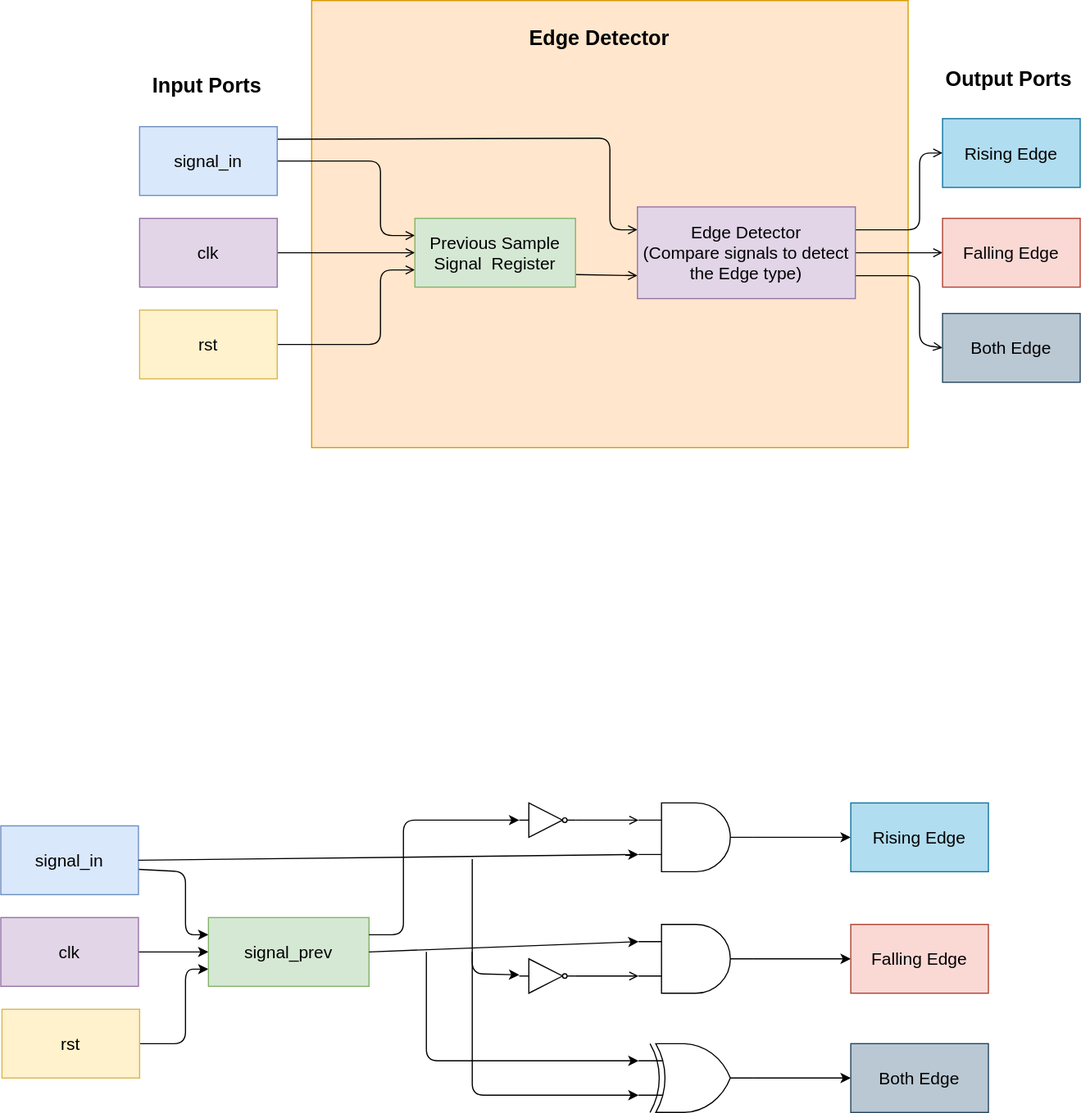
The draw.io diagram document/source/adn_common_edge_detect_des.svg in ADN-VLSI/adn_common, before a commit. Source tidied: cells renumbered, new cells last; positions are measured from the earlier drawing's top-left corner, leaving out a move shared by most shapes.
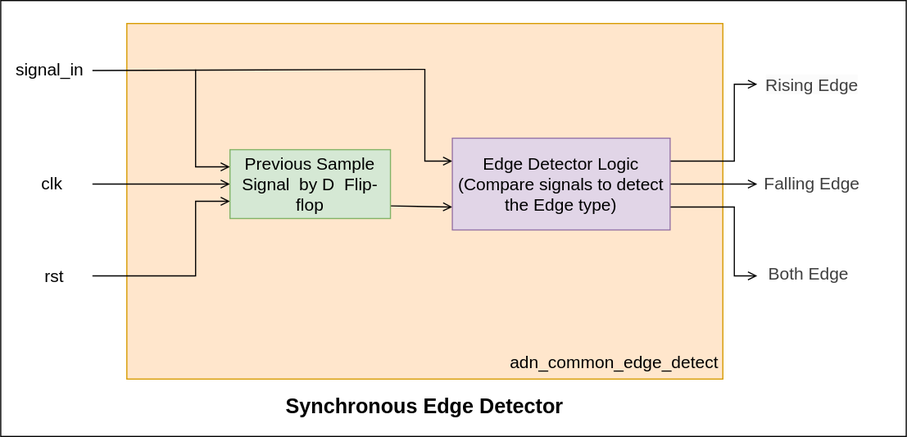
Above is the later version.

Commit message:
Edge_detect_complete

The edit, as a diff of the source:
```diff
@@ -2,35 +2,27 @@
   <root>
     <mxCell id="0" />
     <mxCell id="1" parent="0" />
+    <mxCell id="48" style="rounded=0;whiteSpace=wrap;html=1;" parent="1" vertex="1">
+      <mxGeometry x="161" y="60" width="790" height="380" as="geometry" />
+    </mxCell>
     <mxCell id="2" style="rounded=0;whiteSpace=wrap;html=1;fillColor=#ffe6cc;strokeColor=#d79b00;" parent="1" vertex="1">
-      <mxGeometry x="271" width="520" height="390" as="geometry" />
+      <mxGeometry x="271" y="80" width="520" height="310" as="geometry" />
     </mxCell>
-    <mxCell id="3" style="edgeStyle=none;html=1;entryX=0;entryY=0.5;entryDx=0;entryDy=0;endArrow=open;endFill=0;" parent="1" edge="1" source="4" target="11">
-      <mxGeometry relative="1" as="geometry" />
+    <mxCell id="3" style="edgeStyle=none;html=1;entryX=0;entryY=0.5;entryDx=0;entryDy=0;endArrow=open;endFill=0;" parent="1" edge="1" target="11">
+      <mxGeometry relative="1" as="geometry">
+        <mxPoint x="241" y="220" as="sourcePoint" />
+      </mxGeometry>
     </mxCell>
-    <mxCell id="4" value="&lt;font style=&quot;font-size: 15px;&quot;&gt;clk&lt;/font&gt;" style="rounded=0;whiteSpace=wrap;html=1;fillColor=#e1d5e7;strokeColor=#9673a6;" parent="1" vertex="1">
-      <mxGeometry x="121" y="190" width="120" height="60" as="geometry" />
-    </mxCell>
-    <mxCell id="5" style="edgeStyle=none;html=1;exitX=1;exitY=0.5;exitDx=0;exitDy=0;entryX=0;entryY=0.75;entryDx=0;entryDy=0;endArrow=open;endFill=0;" parent="1" edge="1" source="6" target="11">
+    <mxCell id="5" style="edgeStyle=none;html=1;exitX=1;exitY=0.5;exitDx=0;exitDy=0;entryX=0;entryY=0.75;entryDx=0;entryDy=0;endArrow=open;endFill=0;rounded=0;curved=0;" parent="1" edge="1" target="11">
       <mxGeometry relative="1" as="geometry">
+        <mxPoint x="241" y="300" as="sourcePoint" />
         <Array as="points">
           <mxPoint x="331" y="300" />
           <mxPoint x="331" y="235" />
         </Array>
       </mxGeometry>
     </mxCell>
-    <mxCell id="6" value="&lt;font style=&quot;font-size: 15px;&quot;&gt;rst&lt;/font&gt;" style="rounded=0;whiteSpace=wrap;html=1;fillColor=#fff2cc;strokeColor=#d6b656;" parent="1" vertex="1">
-      <mxGeometry x="121" y="270" width="120" height="60" as="geometry" />
-    </mxCell>
-    <mxCell id="7" style="edgeStyle=none;html=1;exitX=1;exitY=0.5;exitDx=0;exitDy=0;entryX=0;entryY=0.25;entryDx=0;entryDy=0;endArrow=open;endFill=0;" parent="1" edge="1" source="9" target="11">
-      <mxGeometry relative="1" as="geometry">
-        <Array as="points">
-          <mxPoint x="331" y="140" />
-          <mxPoint x="331" y="205" />
-        </Array>
-      </mxGeometry>
-    </mxCell>
-    <mxCell id="8" style="edgeStyle=none;html=1;exitX=1;exitY=0.25;exitDx=0;exitDy=0;entryX=0;entryY=0.25;entryDx=0;entryDy=0;endArrow=open;endFill=0;" parent="1" edge="1" target="15">
+    <mxCell id="8" style="edgeStyle=none;html=1;exitX=1;exitY=0.25;exitDx=0;exitDy=0;entryX=0;entryY=0.25;entryDx=0;entryDy=0;endArrow=open;endFill=0;rounded=0;curved=0;" parent="1" edge="1" target="15">
       <mxGeometry relative="1" as="geometry">
         <mxPoint x="241" y="121" as="sourcePoint" />
         <Array as="points">
@@ -39,166 +31,71 @@
         </Array>
       </mxGeometry>
     </mxCell>
-    <mxCell id="9" value="&lt;font style=&quot;font-size: 15px;&quot;&gt;signal_in&lt;/font&gt;" style="rounded=0;whiteSpace=wrap;html=1;fillColor=#dae8fc;strokeColor=#6c8ebf;" parent="1" vertex="1">
-      <mxGeometry x="121" y="110" width="120" height="60" as="geometry" />
-    </mxCell>
     <mxCell id="10" style="edgeStyle=none;html=1;exitX=1;exitY=0.75;exitDx=0;exitDy=0;entryX=0;entryY=0.75;entryDx=0;entryDy=0;endArrow=open;endFill=0;" parent="1" edge="1" target="15">
       <mxGeometry relative="1" as="geometry">
         <mxPoint x="501" y="239" as="sourcePoint" />
       </mxGeometry>
     </mxCell>
+    <mxCell id="49" style="edgeStyle=none;html=1;exitX=0;exitY=0.25;exitDx=0;exitDy=0;rounded=0;curved=0;entryX=0;entryY=0.25;entryDx=0;entryDy=0;endArrow=open;endFill=0;" parent="1" edge="1" target="11">
+      <mxGeometry relative="1" as="geometry">
+        <mxPoint x="331" y="120" as="sourcePoint" />
+        <Array as="points">
+          <mxPoint x="331" y="205" />
+        </Array>
+      </mxGeometry>
+    </mxCell>
-    <mxCell id="11" value="&lt;font style=&quot;font-size: 15px;&quot;&gt;Previous Sample Signal&amp;nbsp; Register&lt;/font&gt;" style="rounded=0;whiteSpace=wrap;html=1;fillColor=#d5e8d4;strokeColor=#82b366;" parent="1" vertex="1">
+    <mxCell id="11" value="&lt;font style=&quot;font-size: 15px;&quot;&gt;Previous Sample Signal&amp;nbsp; by D&amp;nbsp; Flip-flop&lt;/font&gt;" style="rounded=0;whiteSpace=wrap;html=1;fillColor=#d5e8d4;strokeColor=#82b366;" parent="1" vertex="1">
       <mxGeometry x="361" y="190" width="140" height="60" as="geometry" />
     </mxCell>
-    <mxCell id="12" style="edgeStyle=none;html=1;exitX=1;exitY=0.25;exitDx=0;exitDy=0;entryX=0;entryY=0.5;entryDx=0;entryDy=0;endArrow=open;endFill=0;" parent="1" edge="1" source="15" target="16">
+    <mxCell id="12" style="edgeStyle=none;html=1;exitX=1;exitY=0.25;exitDx=0;exitDy=0;entryX=0;entryY=0.5;entryDx=0;entryDy=0;endArrow=open;endFill=0;rounded=0;curved=0;" parent="1" edge="1" source="15">
       <mxGeometry relative="1" as="geometry">
+        <mxPoint x="821" y="133" as="targetPoint" />
         <Array as="points">
           <mxPoint x="801" y="200" />
           <mxPoint x="801" y="133" />
         </Array>
       </mxGeometry>
     </mxCell>
-    <mxCell id="13" style="edgeStyle=none;html=1;exitX=1;exitY=0.5;exitDx=0;exitDy=0;entryX=0;entryY=0.5;entryDx=0;entryDy=0;endArrow=open;endFill=0;" parent="1" edge="1" source="15" target="17">
-      <mxGeometry relative="1" as="geometry" />
+    <mxCell id="13" style="edgeStyle=none;html=1;exitX=1;exitY=0.5;exitDx=0;exitDy=0;entryX=0;entryY=0.5;entryDx=0;entryDy=0;endArrow=open;endFill=0;" parent="1" edge="1" source="15">
+      <mxGeometry relative="1" as="geometry">
+        <mxPoint x="821" y="220" as="targetPoint" />
+      </mxGeometry>
     </mxCell>
-    <mxCell id="14" style="edgeStyle=none;html=1;exitX=1;exitY=0.75;exitDx=0;exitDy=0;entryX=0;entryY=0.5;entryDx=0;entryDy=0;endArrow=open;endFill=0;" parent="1" edge="1" source="15" target="18">
+    <mxCell id="14" style="edgeStyle=none;html=1;exitX=1;exitY=0.75;exitDx=0;exitDy=0;entryX=0;entryY=0.5;entryDx=0;entryDy=0;endArrow=open;endFill=0;rounded=0;curved=0;" parent="1" edge="1" source="15">
       <mxGeometry relative="1" as="geometry">
+        <mxPoint x="821" y="300" as="targetPoint" />
         <Array as="points">
           <mxPoint x="801" y="240" />
           <mxPoint x="801" y="300" />
         </Array>
       </mxGeometry>
     </mxCell>
-    <mxCell id="15" value="&lt;font style=&quot;font-size: 15px;&quot;&gt;Edge Detector&lt;/font&gt;&lt;div&gt;&lt;span style=&quot;font-size: 15px;&quot;&gt;(Compare signals to detect the Edge type)&lt;/span&gt;&lt;/div&gt;" style="rounded=0;whiteSpace=wrap;html=1;fillColor=#e1d5e7;strokeColor=#9673a6;" parent="1" vertex="1">
+    <mxCell id="15" value="&lt;font style=&quot;font-size: 15px;&quot;&gt;Edge Detector Logic&lt;/font&gt;&lt;div&gt;&lt;span style=&quot;font-size: 15px;&quot;&gt;(Compare signals to detect the Edge type)&lt;/span&gt;&lt;/div&gt;" style="rounded=0;whiteSpace=wrap;html=1;fillColor=#e1d5e7;strokeColor=#9673a6;" parent="1" vertex="1">
       <mxGeometry x="555" y="180" width="190" height="80" as="geometry" />
     </mxCell>
-    <mxCell id="16" value="&lt;font style=&quot;font-size: 15px;&quot;&gt;Rising Edge&lt;/font&gt;" style="rounded=0;whiteSpace=wrap;html=1;fillColor=#b1ddf0;strokeColor=#10739e;" parent="1" vertex="1">
-      <mxGeometry x="821" y="103" width="120" height="60" as="geometry" />
-    </mxCell>
-    <mxCell id="17" value="&lt;font style=&quot;font-size: 15px;&quot;&gt;Falling Edge&lt;/font&gt;" style="rounded=0;whiteSpace=wrap;html=1;fillColor=#fad9d5;strokeColor=#ae4132;" parent="1" vertex="1">
-      <mxGeometry x="821" y="190" width="120" height="60" as="geometry" />
-    </mxCell>
-    <mxCell id="18" value="&lt;font style=&quot;font-size: 15px;&quot;&gt;Both Edge&lt;/font&gt;" style="rounded=0;whiteSpace=wrap;html=1;fillColor=#bac8d3;strokeColor=#23445d;" parent="1" vertex="1">
-      <mxGeometry x="821" y="273" width="120" height="60" as="geometry" />
-    </mxCell>
-    <mxCell id="19" value="&lt;font style=&quot;font-size: 18px;&quot;&gt;&lt;b style=&quot;&quot;&gt;Edge Detector&lt;/b&gt;&lt;/font&gt;" style="text;html=1;align=center;verticalAlign=middle;whiteSpace=wrap;rounded=0;" parent="1" vertex="1">
-      <mxGeometry x="412" y="18" width="220" height="30" as="geometry" />
+    <mxCell id="19" value="&lt;font style=&quot;font-size: 18px;&quot;&gt;&lt;b style=&quot;&quot;&gt;Synchronous Edge Detector&lt;/b&gt;&lt;/font&gt;" style="text;html=1;align=center;verticalAlign=middle;whiteSpace=wrap;rounded=0;" parent="1" vertex="1">
+      <mxGeometry x="396" y="399" width="270" height="30" as="geometry" />
     </mxCell>
-    <mxCell id="20" value="&lt;font style=&quot;font-size: 18px;&quot;&gt;Input Ports&lt;/font&gt;" style="text;html=1;align=center;verticalAlign=middle;whiteSpace=wrap;rounded=0;fontStyle=1;" parent="1" vertex="1">
-      <mxGeometry x="120" y="60" width="120" height="30" as="geometry" />
-    </mxCell>
-    <mxCell id="21" value="&lt;font style=&quot;font-size: 18px;&quot;&gt;Output Ports&lt;/font&gt;" style="text;html=1;align=center;verticalAlign=middle;whiteSpace=wrap;rounded=0;fontStyle=1;" parent="1" vertex="1">
-      <mxGeometry x="819" y="54" width="120" height="30" as="geometry" />
-    </mxCell>
-    <mxCell id="22" style="edgeStyle=none;html=1;exitX=1;exitY=0.5;exitDx=0;exitDy=0;exitPerimeter=0;entryX=0;entryY=0.5;entryDx=0;entryDy=0;" parent="1" edge="1" source="23" target="33">
-      <mxGeometry relative="1" as="geometry" />
-    </mxCell>
-    <mxCell id="23" style="verticalLabelPosition=bottom;shadow=0;dashed=0;align=center;html=1;verticalAlign=top;shape=mxgraph.electrical.logic_gates.logic_gate;operation=and;" parent="1" vertex="1">
-      <mxGeometry x="556" y="806" width="100" height="60" as="geometry" />
-    </mxCell>
-    <mxCell id="24" style="edgeStyle=none;html=1;exitX=1;exitY=0.5;exitDx=0;exitDy=0;exitPerimeter=0;entryX=0;entryY=0.5;entryDx=0;entryDy=0;" parent="1" edge="1" source="25" target="34">
-      <mxGeometry relative="1" as="geometry" />
-    </mxCell>
-    <mxCell id="25" style="verticalLabelPosition=bottom;shadow=0;dashed=0;align=center;html=1;verticalAlign=top;shape=mxgraph.electrical.logic_gates.logic_gate;operation=xor;" parent="1" vertex="1">
-      <mxGeometry x="556" y="910" width="100" height="60" as="geometry" />
-    </mxCell>
-    <mxCell id="26" style="edgeStyle=none;html=1;exitX=1;exitY=0.5;exitDx=0;exitDy=0;exitPerimeter=0;" parent="1" edge="1" source="27" target="28">
-      <mxGeometry relative="1" as="geometry" />
-    </mxCell>
-    <mxCell id="27" style="verticalLabelPosition=bottom;shadow=0;dashed=0;align=center;html=1;verticalAlign=top;shape=mxgraph.electrical.logic_gates.logic_gate;operation=and;" parent="1" vertex="1">
-      <mxGeometry x="556" y="700" width="100" height="60" as="geometry" />
-    </mxCell>
-    <mxCell id="28" value="&lt;font style=&quot;font-size: 15px;&quot;&gt;Rising Edge&lt;/font&gt;" style="rounded=0;whiteSpace=wrap;html=1;fillColor=#b1ddf0;strokeColor=#10739e;" parent="1" vertex="1">
-      <mxGeometry x="741" y="700" width="120" height="60" as="geometry" />
-    </mxCell>
-    <mxCell id="29" style="verticalLabelPosition=bottom;shadow=0;dashed=0;align=center;html=1;verticalAlign=top;shape=mxgraph.electrical.logic_gates.inverter_2;" parent="1" vertex="1">
-      <mxGeometry x="452" y="700" width="49" height="30" as="geometry" />
-    </mxCell>
-    <mxCell id="30" style="verticalLabelPosition=bottom;shadow=0;dashed=0;align=center;html=1;verticalAlign=top;shape=mxgraph.electrical.logic_gates.inverter_2;" parent="1" vertex="1">
-      <mxGeometry x="452" y="836" width="49" height="30" as="geometry" />
-    </mxCell>
-    <mxCell id="31" style="edgeStyle=none;html=1;exitX=1;exitY=0.5;exitDx=0;exitDy=0;exitPerimeter=0;entryX=0;entryY=0.25;entryDx=0;entryDy=0;entryPerimeter=0;endArrow=open;endFill=0;" parent="1" edge="1" source="29" target="27">
-      <mxGeometry relative="1" as="geometry" />
-    </mxCell>
-    <mxCell id="32" style="edgeStyle=none;html=1;exitX=1;exitY=0.5;exitDx=0;exitDy=0;exitPerimeter=0;entryX=0;entryY=0.75;entryDx=0;entryDy=0;entryPerimeter=0;endArrow=open;endFill=0;" parent="1" edge="1" source="30" target="23">
-      <mxGeometry relative="1" as="geometry" />
-    </mxCell>
-    <mxCell id="33" value="&lt;font style=&quot;font-size: 15px;&quot;&gt;Falling Edge&lt;/font&gt;" style="rounded=0;whiteSpace=wrap;html=1;fillColor=#fad9d5;strokeColor=#ae4132;" parent="1" vertex="1">
-      <mxGeometry x="741" y="806" width="120" height="60" as="geometry" />
-    </mxCell>
-    <mxCell id="34" value="&lt;font style=&quot;font-size: 15px;&quot;&gt;Both Edge&lt;/font&gt;" style="rounded=0;whiteSpace=wrap;html=1;fillColor=#bac8d3;strokeColor=#23445d;" parent="1" vertex="1">
-      <mxGeometry x="741" y="910" width="120" height="60" as="geometry" />
-    </mxCell>
-    <mxCell id="35" style="edgeStyle=none;html=1;exitX=1;exitY=0.633;exitDx=0;exitDy=0;entryX=0;entryY=0.25;entryDx=0;entryDy=0;exitPerimeter=0;" parent="1" edge="1" source="36" target="41">
-      <mxGeometry relative="1" as="geometry">
-        <Array as="points">
-          <mxPoint x="161" y="760" />
-          <mxPoint x="161" y="815" />
-        </Array>
-      </mxGeometry>
-    </mxCell>
-    <mxCell id="36" value="&lt;font style=&quot;font-size: 15px;&quot;&gt;signal_in&lt;/font&gt;" style="rounded=0;whiteSpace=wrap;html=1;fillColor=#dae8fc;strokeColor=#6c8ebf;" parent="1" vertex="1">
-      <mxGeometry y="720" width="120" height="60" as="geometry" />
-    </mxCell>
-    <mxCell id="37" style="edgeStyle=none;html=1;exitX=1;exitY=0.5;exitDx=0;exitDy=0;" parent="1" edge="1" source="38" target="41">
-      <mxGeometry relative="1" as="geometry" />
-    </mxCell>
-    <mxCell id="38" value="&lt;font style=&quot;font-size: 15px;&quot;&gt;clk&lt;/font&gt;" style="rounded=0;whiteSpace=wrap;html=1;fillColor=#e1d5e7;strokeColor=#9673a6;" parent="1" vertex="1">
-      <mxGeometry y="800" width="120" height="60" as="geometry" />
-    </mxCell>
-    <mxCell id="39" style="edgeStyle=none;html=1;exitX=1;exitY=0.5;exitDx=0;exitDy=0;entryX=0;entryY=0.75;entryDx=0;entryDy=0;" parent="1" edge="1" source="40" target="41">
-      <mxGeometry relative="1" as="geometry">
-        <Array as="points">
-          <mxPoint x="161" y="910" />
-          <mxPoint x="161" y="845" />
-        </Array>
-      </mxGeometry>
-    </mxCell>
-    <mxCell id="40" value="&lt;font style=&quot;font-size: 15px;&quot;&gt;rst&lt;/font&gt;" style="rounded=0;whiteSpace=wrap;html=1;fillColor=#fff2cc;strokeColor=#d6b656;" parent="1" vertex="1">
-      <mxGeometry x="1" y="880" width="120" height="60" as="geometry" />
-    </mxCell>
-    <mxCell id="41" value="&lt;font style=&quot;font-size: 15px;&quot;&gt;signal_prev&lt;/font&gt;" style="rounded=0;whiteSpace=wrap;html=1;fillColor=#d5e8d4;strokeColor=#82b366;" parent="1" vertex="1">
-      <mxGeometry x="181" y="800" width="140" height="60" as="geometry" />
-    </mxCell>
-    <mxCell id="42" style="edgeStyle=none;html=1;exitX=1;exitY=0.25;exitDx=0;exitDy=0;entryX=0;entryY=0.5;entryDx=0;entryDy=0;entryPerimeter=0;" parent="1" edge="1" source="41" target="29">
-      <mxGeometry relative="1" as="geometry">
-        <Array as="points">
-          <mxPoint x="351" y="815" />
-          <mxPoint x="351" y="715" />
-        </Array>
-      </mxGeometry>
-    </mxCell>
-    <mxCell id="43" style="edgeStyle=none;html=1;exitX=1;exitY=0.5;exitDx=0;exitDy=0;entryX=0;entryY=0.75;entryDx=0;entryDy=0;entryPerimeter=0;" parent="1" edge="1" source="36" target="27">
-      <mxGeometry relative="1" as="geometry" />
-    </mxCell>
-    <mxCell id="44" style="edgeStyle=none;html=1;exitX=1;exitY=0.5;exitDx=0;exitDy=0;entryX=0;entryY=0.25;entryDx=0;entryDy=0;entryPerimeter=0;" parent="1" edge="1" source="41" target="23">
-      <mxGeometry relative="1" as="geometry" />
-    </mxCell>
-    <mxCell id="45" style="endArrow=classic;html=1;entryX=0;entryY=0.5;entryDx=0;entryDy=0;entryPerimeter=0;" parent="1" edge="1">
-      <mxGeometry relative="1" as="geometry">
-        <mxPoint x="411" y="749" as="sourcePoint" />
-        <mxPoint x="452" y="850" as="targetPoint" />
-        <Array as="points">
-          <mxPoint x="411" y="849" />
-        </Array>
-      </mxGeometry>
-    </mxCell>
-    <mxCell id="46" style="endArrow=classic;html=1;entryX=0;entryY=0.25;entryDx=0;entryDy=0;entryPerimeter=0;" parent="1" edge="1">
-      <mxGeometry relative="1" as="geometry">
-        <mxPoint x="411" y="830" as="sourcePoint" />
-        <mxPoint x="556" y="955" as="targetPoint" />
-        <Array as="points">
-          <mxPoint x="411" y="955" />
-        </Array>
-      </mxGeometry>
-    </mxCell>
-    <mxCell id="47" style="endArrow=classic;html=1;entryX=0;entryY=0.25;entryDx=0;entryDy=0;entryPerimeter=0;" parent="1" edge="1" target="25">
-      <mxGeometry relative="1" as="geometry">
-        <mxPoint x="371" y="830" as="sourcePoint" />
-        <Array as="points">
-          <mxPoint x="371" y="925" />
-        </Array>
-      </mxGeometry>
-    </mxCell>
+    <mxCell id="50" value="&lt;font style=&quot;font-size: 15px;&quot;&gt;signal_in&lt;/font&gt;" style="text;html=1;align=center;verticalAlign=middle;whiteSpace=wrap;rounded=0;" parent="1" vertex="1">
+      <mxGeometry x="174" y="105" width="60" height="30" as="geometry" />
+    </mxCell>
+    <mxCell id="51" value="&lt;font style=&quot;font-size: 15px;&quot;&gt;adn_common_edge_detect&lt;/font&gt;" style="text;html=1;align=center;verticalAlign=middle;whiteSpace=wrap;rounded=0;" parent="1" vertex="1">
+      <mxGeometry x="602" y="360" width="189" height="30" as="geometry" />
+    </mxCell>
+    <mxCell id="52" value="&lt;font style=&quot;font-size: 15px;&quot;&gt;clk&lt;/font&gt;" style="text;html=1;align=center;verticalAlign=middle;whiteSpace=wrap;rounded=0;" parent="1" vertex="1">
+      <mxGeometry x="176" y="204" width="60" height="30" as="geometry" />
+    </mxCell>
+    <mxCell id="53" value="&lt;font style=&quot;font-size: 15px;&quot;&gt;rst&lt;/font&gt;" style="text;html=1;align=center;verticalAlign=middle;whiteSpace=wrap;rounded=0;" parent="1" vertex="1">
+      <mxGeometry x="178" y="285" width="60" height="30" as="geometry" />
+    </mxCell>
+    <mxCell id="54" value="&lt;span style=&quot;color: rgb(63, 63, 63); font-family: Helvetica; font-size: 15px; font-style: normal; font-variant-ligatures: normal; font-variant-caps: normal; font-weight: 400; letter-spacing: normal; orphans: 2; text-align: center; text-indent: 0px; text-transform: none; widows: 2; word-spacing: 0px; -webkit-text-stroke-width: 0px; white-space: normal; background-color: rgb(251, 251, 251); text-decoration-thickness: initial; text-decoration-style: initial; text-decoration-color: initial; display: inline !important; float: none;&quot;&gt;Rising Edge&lt;/span&gt;" style="text;html=1;align=center;verticalAlign=middle;whiteSpace=wrap;rounded=0;" parent="1" vertex="1">
+      <mxGeometry x="814" y="118" width="110" height="30" as="geometry" />
+    </mxCell>
+    <mxCell id="55" value="&lt;span style=&quot;color: rgb(63, 63, 63); font-size: 15px;&quot;&gt;Falling Edge&lt;/span&gt;" style="text;html=1;align=center;verticalAlign=middle;whiteSpace=wrap;rounded=0;" parent="1" vertex="1">
+      <mxGeometry x="814" y="204" width="110" height="30" as="geometry" />
+    </mxCell>
+    <mxCell id="56" value="&lt;span style=&quot;color: rgb(63, 63, 63); font-size: 15px;&quot;&gt;Both Edge&lt;/span&gt;" style="text;html=1;align=center;verticalAlign=middle;whiteSpace=wrap;rounded=0;" parent="1" vertex="1">
+      <mxGeometry x="811" y="283" width="110" height="30" as="geometry" />
+    </mxCell>
   </root>
 </mxGraphModel>
```
